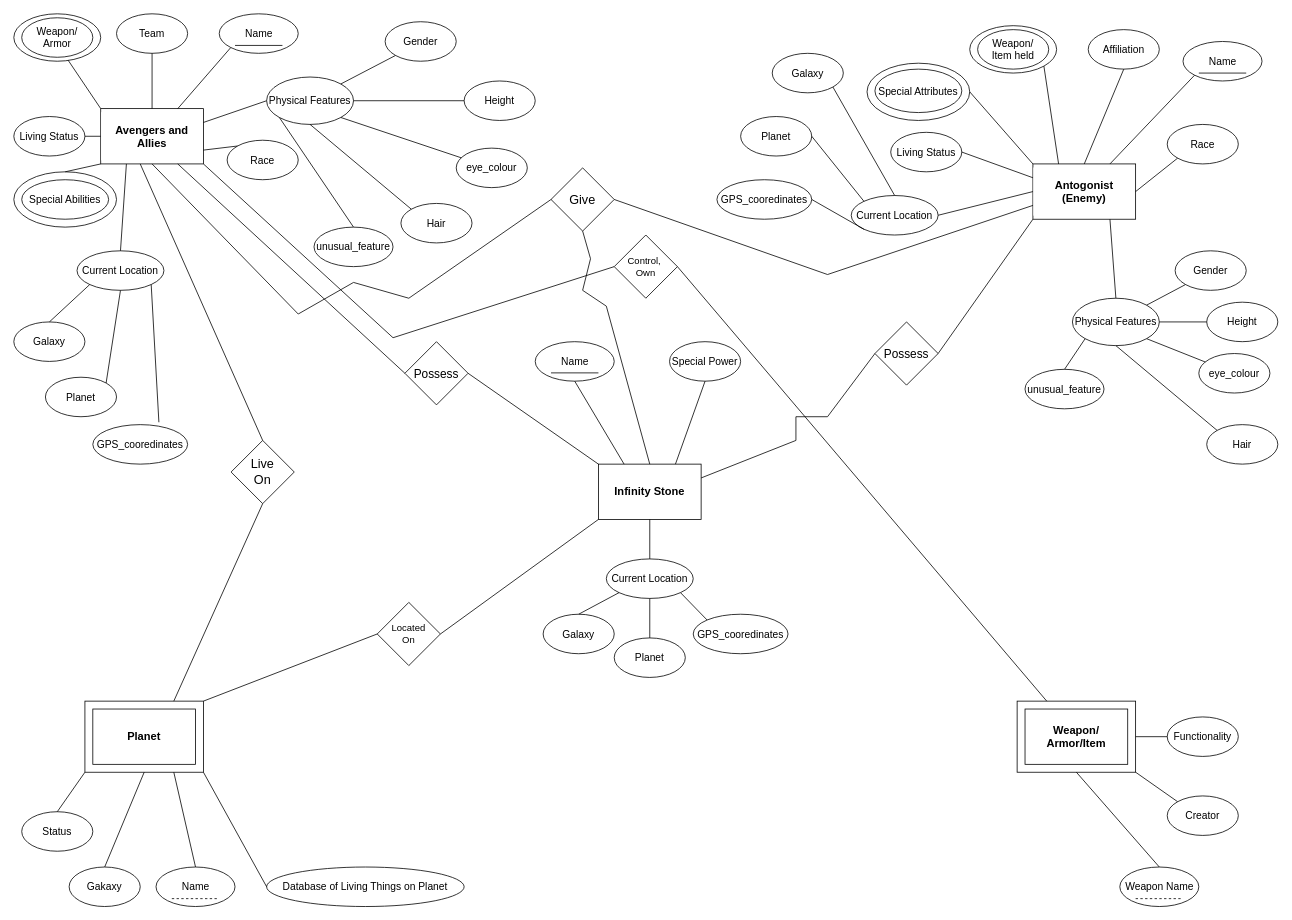
This is homework2/hw2_ER_diagram.drawio from FlightVin/DataAndApplicationsAssignments, a draw.io file, before an edit. Source tidied: cells renumbered, new cells numbered last; positions are measured from the earlier drawing's top-left corner, leaving out a move shared by most shapes. Both pictures are drawn from the tidied source at 79%, with x=0, y=0 at pixel (13, 13).
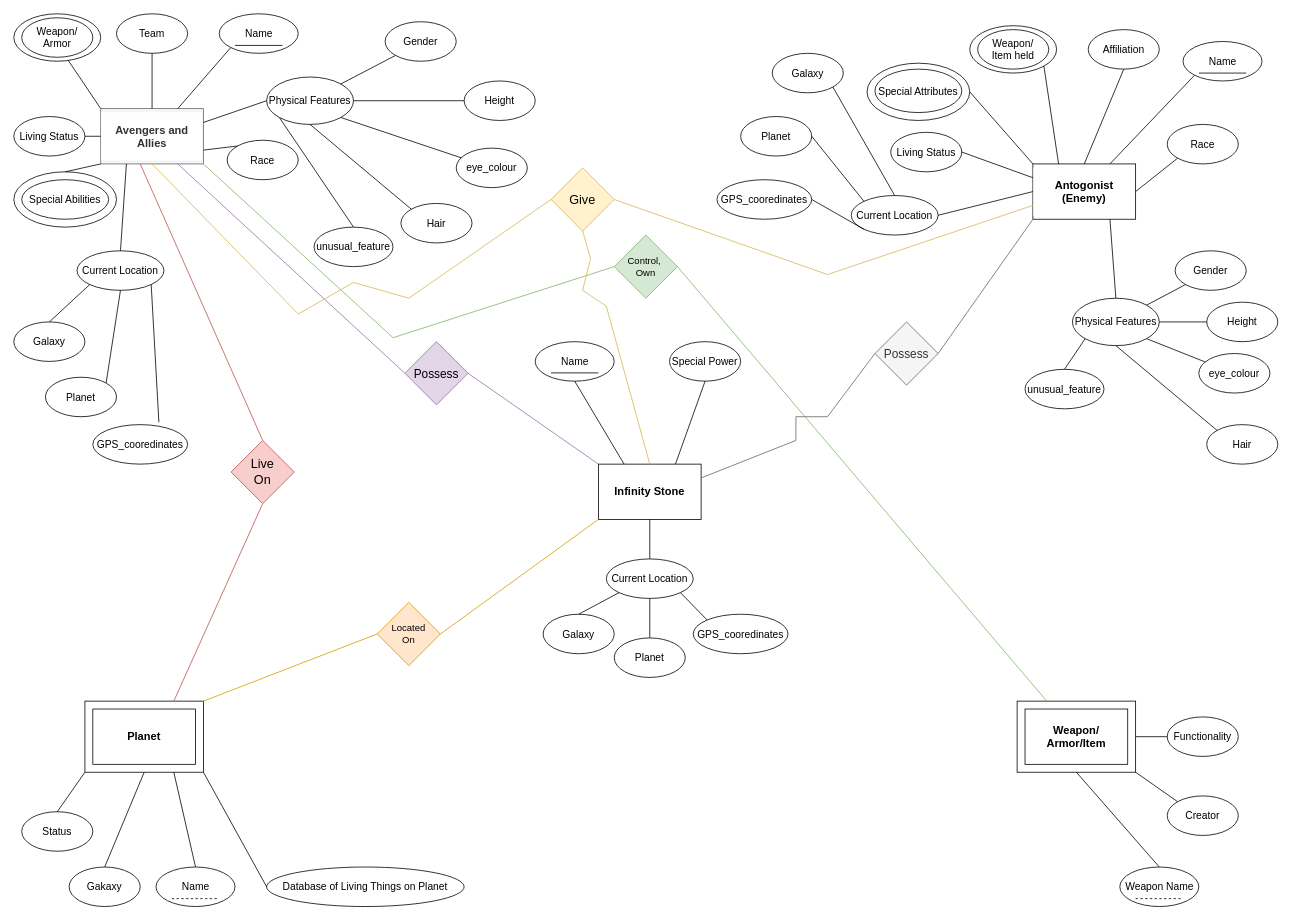
After the change.

The change refers to these unchanged cells:
```xml
<mxCell id="5" value="&lt;h3&gt;Infinity Stone&lt;/h3&gt;" style="rounded=0;whiteSpace=wrap;html=1;labelBackgroundColor=default;labelBorderColor=none;" parent="1" vertex="1">
  <mxGeometry x="740" y="570" width="130" height="70" as="geometry" />
</mxCell>
<mxCell id="6" value="&lt;h3&gt;Antogonist (Enemy)&lt;/h3&gt;" style="rounded=0;whiteSpace=wrap;html=1;labelBackgroundColor=default;labelBorderColor=none;" parent="1" vertex="1">
  <mxGeometry x="1290" y="190" width="130" height="70" as="geometry" />
</mxCell>
<mxCell id="23" style="rounded=0;whiteSpace=wrap;html=1;labelBackgroundColor=default;labelBorderColor=none;fontSize=13;fillColor=none;" parent="1" vertex="1">
  <mxGeometry x="90" y="870" width="150" height="90" as="geometry" />
</mxCell>
<mxCell id="24" style="rounded=0;whiteSpace=wrap;html=1;labelBackgroundColor=default;labelBorderColor=none;fontSize=13;fillColor=none;" parent="1" vertex="1">
  <mxGeometry x="1270" y="870" width="150" height="90" as="geometry" />
</mxCell>
```

What changed in the source:
```diff
@@
-    <mxCell id="2" value="&lt;h3&gt;Avengers and Allies&lt;/h3&gt;" style="rounded=0;whiteSpace=wrap;html=1;labelBackgroundColor=default;labelBorderColor=none;" parent="1" vertex="1">
+    <mxCell id="2" value="&lt;h3&gt;Avengers and Allies&lt;/h3&gt;" style="rounded=0;whiteSpace=wrap;html=1;labelBackgroundColor=default;labelBorderColor=none;fillColor=#f5f5f5;fontColor=#333333;strokeColor=#666666;" parent="1" vertex="1">
       <mxGeometry x="110" y="120" width="130" height="70" as="geometry" />
     </mxCell>
@@
-    <mxCell id="109" value="Located&lt;br&gt;On" style="rhombus;whiteSpace=wrap;html=1;" parent="1" vertex="1">
+    <mxCell id="109" value="Located&lt;br&gt;On" style="rhombus;whiteSpace=wrap;html=1;fillColor=#ffe6cc;strokeColor=#d79b00;" parent="1" vertex="1">
       <mxGeometry x="460" y="745" width="80" height="80" as="geometry" />
     </mxCell>
-    <mxCell id="110" style="endArrow=none;html=1;rounded=0;entryX=0;entryY=1;entryDx=0;entryDy=0;exitX=1;exitY=0.5;exitDx=0;exitDy=0;" parent="1" edge="1" source="109" target="5">
+    <mxCell id="110" style="endArrow=none;html=1;rounded=0;entryX=0;entryY=1;entryDx=0;entryDy=0;exitX=1;exitY=0.5;exitDx=0;exitDy=0;fillColor=#ffe6cc;strokeColor=#d79b00;" parent="1" edge="1" source="109" target="5">
       <mxGeometry relative="1" as="geometry" />
     </mxCell>
-    <mxCell id="111" style="endArrow=none;html=1;rounded=0;entryX=0;entryY=0.5;entryDx=0;entryDy=0;" parent="1" edge="1" target="109">
+    <mxCell id="111" style="endArrow=none;html=1;rounded=0;entryX=0;entryY=0.5;entryDx=0;entryDy=0;fillColor=#ffe6cc;strokeColor=#d79b00;" parent="1" edge="1" target="109">
       <mxGeometry relative="1" as="geometry">
         <mxPoint x="240" y="870" as="sourcePoint" />
       </mxGeometry>
     </mxCell>
-    <mxCell id="112" value="Control,&amp;nbsp;&lt;br&gt;Own" style="rhombus;whiteSpace=wrap;html=1;" parent="1" vertex="1">
+    <mxCell id="112" value="Control,&amp;nbsp;&lt;br&gt;Own" style="rhombus;whiteSpace=wrap;html=1;fillColor=#d5e8d4;strokeColor=#82b366;" parent="1" vertex="1">
       <mxGeometry x="760" y="280" width="80" height="80" as="geometry" />
     </mxCell>
-    <mxCell id="113" style="endArrow=none;html=1;rounded=0;fontSize=15;exitX=0;exitY=0.5;exitDx=0;exitDy=0;" parent="1" edge="1" source="112">
+    <mxCell id="113" style="endArrow=none;html=1;rounded=0;fontSize=15;exitX=0;exitY=0.5;exitDx=0;exitDy=0;fillColor=#d5e8d4;strokeColor=#82b366;" parent="1" edge="1" source="112">
       <mxGeometry relative="1" as="geometry">
         <mxPoint x="480" y="410" as="targetPoint" />
       </mxGeometry>
     </mxCell>
-    <mxCell id="114" style="endArrow=none;html=1;rounded=0;fontSize=15;entryX=1;entryY=1;entryDx=0;entryDy=0;" parent="1" edge="1" target="2">
+    <mxCell id="114" style="endArrow=none;html=1;rounded=0;fontSize=15;entryX=1;entryY=1;entryDx=0;entryDy=0;fillColor=#d5e8d4;strokeColor=#82b366;" parent="1" edge="1" target="2">
       <mxGeometry relative="1" as="geometry">
         <mxPoint x="480" y="410" as="sourcePoint" />
       </mxGeometry>
     </mxCell>
-    <mxCell id="115" style="endArrow=none;html=1;rounded=0;fontSize=15;exitX=1;exitY=0.5;exitDx=0;exitDy=0;entryX=0.25;entryY=0;entryDx=0;entryDy=0;" parent="1" edge="1" source="112" target="24">
+    <mxCell id="115" style="endArrow=none;html=1;rounded=0;fontSize=15;exitX=1;exitY=0.5;exitDx=0;exitDy=0;entryX=0.25;entryY=0;entryDx=0;entryDy=0;fillColor=#d5e8d4;strokeColor=#82b366;" parent="1" edge="1" source="112" target="24">
       <mxGeometry relative="1" as="geometry" />
     </mxCell>
-    <mxCell id="116" value="Possess" style="rhombus;whiteSpace=wrap;html=1;fontSize=15;" parent="1" vertex="1">
+    <mxCell id="116" value="Possess" style="rhombus;whiteSpace=wrap;html=1;fontSize=15;fillColor=#f5f5f5;fontColor=#333333;strokeColor=#666666;" parent="1" vertex="1">
       <mxGeometry x="1090" y="390" width="80" height="80" as="geometry" />
     </mxCell>
-    <mxCell id="117" style="endArrow=none;html=1;rounded=0;fontSize=15;entryX=0;entryY=1;entryDx=0;entryDy=0;exitX=1;exitY=0.5;exitDx=0;exitDy=0;" parent="1" edge="1" source="116" target="6">
+    <mxCell id="117" style="endArrow=none;html=1;rounded=0;fontSize=15;entryX=0;entryY=1;entryDx=0;entryDy=0;exitX=1;exitY=0.5;exitDx=0;exitDy=0;fillColor=#f5f5f5;strokeColor=#666666;" parent="1" edge="1" source="116" target="6">
       <mxGeometry relative="1" as="geometry" />
     </mxCell>
-    <mxCell id="118" style="endArrow=none;html=1;rounded=0;fontSize=15;entryX=0;entryY=0.5;entryDx=0;entryDy=0;" parent="1" edge="1" target="116">
+    <mxCell id="118" style="endArrow=none;html=1;rounded=0;fontSize=15;entryX=0;entryY=0.5;entryDx=0;entryDy=0;fillColor=#f5f5f5;strokeColor=#666666;" parent="1" edge="1" target="116">
       <mxGeometry relative="1" as="geometry">
         <mxPoint x="1030" y="510" as="sourcePoint" />
       </mxGeometry>
     </mxCell>
-    <mxCell id="119" style="endArrow=none;html=1;rounded=0;fontSize=16;" parent="1" edge="1">
+    <mxCell id="119" style="endArrow=none;html=1;rounded=0;fontSize=16;fillColor=#f5f5f5;strokeColor=#666666;" parent="1" edge="1">
       <mxGeometry relative="1" as="geometry">
         <mxPoint x="990" y="510" as="sourcePoint" />
         <mxPoint x="1030" y="510" as="targetPoint" />
       </mxGeometry>
     </mxCell>
-    <mxCell id="120" style="endArrow=none;html=1;rounded=0;fontSize=16;" parent="1" edge="1">
+    <mxCell id="120" style="endArrow=none;html=1;rounded=0;fontSize=16;fillColor=#f5f5f5;strokeColor=#666666;" parent="1" edge="1">
       <mxGeometry relative="1" as="geometry">
         <mxPoint x="990" y="540" as="sourcePoint" />
         <mxPoint x="990" y="510" as="targetPoint" />
       </mxGeometry>
     </mxCell>
-    <mxCell id="121" style="endArrow=none;html=1;rounded=0;fontSize=16;exitX=1;exitY=0.25;exitDx=0;exitDy=0;" parent="1" edge="1" source="5">
+    <mxCell id="121" style="endArrow=none;html=1;rounded=0;fontSize=16;exitX=1;exitY=0.25;exitDx=0;exitDy=0;fillColor=#f5f5f5;strokeColor=#666666;" parent="1" edge="1" source="5">
       <mxGeometry relative="1" as="geometry">
         <mxPoint x="990" y="540" as="targetPoint" />
       </mxGeometry>
     </mxCell>
-    <mxCell id="122" value="Possess" style="rhombus;whiteSpace=wrap;html=1;fontSize=15;" parent="1" vertex="1">
+    <mxCell id="122" value="Possess" style="rhombus;whiteSpace=wrap;html=1;fontSize=15;fillColor=#e1d5e7;strokeColor=#9673a6;" parent="1" vertex="1">
       <mxGeometry x="495" y="415" width="80" height="80" as="geometry" />
     </mxCell>
-    <mxCell id="123" style="endArrow=none;html=1;rounded=0;fontSize=16;exitX=0.75;exitY=1;exitDx=0;exitDy=0;entryX=0;entryY=0.5;entryDx=0;entryDy=0;" parent="1" edge="1" source="2" target="122">
+    <mxCell id="123" style="endArrow=none;html=1;rounded=0;fontSize=16;exitX=0.75;exitY=1;exitDx=0;exitDy=0;entryX=0;entryY=0.5;entryDx=0;entryDy=0;fillColor=#e1d5e7;strokeColor=#9673a6;" parent="1" edge="1" source="2" target="122">
       <mxGeometry relative="1" as="geometry" />
     </mxCell>
-    <mxCell id="124" style="endArrow=none;html=1;rounded=0;fontSize=16;exitX=1;exitY=0.5;exitDx=0;exitDy=0;entryX=0;entryY=0;entryDx=0;entryDy=0;" parent="1" edge="1" source="122" target="5">
+    <mxCell id="124" style="endArrow=none;html=1;rounded=0;fontSize=16;exitX=1;exitY=0.5;exitDx=0;exitDy=0;entryX=0;entryY=0;entryDx=0;entryDy=0;fillColor=#e1d5e7;strokeColor=#9673a6;" parent="1" edge="1" source="122" target="5">
       <mxGeometry relative="1" as="geometry" />
     </mxCell>
-    <mxCell id="125" value="Give" style="rhombus;whiteSpace=wrap;html=1;fontSize=16;" parent="1" vertex="1">
+    <mxCell id="125" value="Give" style="rhombus;whiteSpace=wrap;html=1;fontSize=16;fillColor=#fff2cc;strokeColor=#d6b656;" parent="1" vertex="1">
       <mxGeometry x="680" y="195" width="80" height="80" as="geometry" />
     </mxCell>
-    <mxCell id="126" style="endArrow=none;html=1;rounded=0;fontSize=16;exitX=0.5;exitY=1;exitDx=0;exitDy=0;" parent="1" edge="1" source="2">
+    <mxCell id="126" style="endArrow=none;html=1;rounded=0;fontSize=16;exitX=0.5;exitY=1;exitDx=0;exitDy=0;fillColor=#fff2cc;strokeColor=#d6b656;" parent="1" edge="1" source="2">
       <mxGeometry relative="1" as="geometry">
         <mxPoint x="360" y="380" as="targetPoint" />
       </mxGeometry>
     </mxCell>
-    <mxCell id="127" style="endArrow=none;html=1;rounded=0;fontSize=16;" parent="1" edge="1">
+    <mxCell id="127" style="endArrow=none;html=1;rounded=0;fontSize=16;fillColor=#fff2cc;strokeColor=#d6b656;" parent="1" edge="1">
       <mxGeometry relative="1" as="geometry">
         <mxPoint x="360" y="380" as="sourcePoint" />
         <mxPoint x="430" y="340" as="targetPoint" />
       </mxGeometry>
     </mxCell>
-    <mxCell id="128" style="endArrow=none;html=1;rounded=0;fontSize=16;" parent="1" edge="1">
+    <mxCell id="128" style="endArrow=none;html=1;rounded=0;fontSize=16;fillColor=#fff2cc;strokeColor=#d6b656;" parent="1" edge="1">
       <mxGeometry relative="1" as="geometry">
         <mxPoint x="430" y="340" as="sourcePoint" />
         <mxPoint x="500" y="360" as="targetPoint" />
       </mxGeometry>
     </mxCell>
-    <mxCell id="129" style="endArrow=none;html=1;rounded=0;fontSize=16;entryX=0;entryY=0.5;entryDx=0;entryDy=0;" parent="1" edge="1" target="125">
+    <mxCell id="129" style="endArrow=none;html=1;rounded=0;fontSize=16;entryX=0;entryY=0.5;entryDx=0;entryDy=0;fillColor=#fff2cc;strokeColor=#d6b656;" parent="1" edge="1" target="125">
       <mxGeometry relative="1" as="geometry">
         <mxPoint x="500" y="360" as="sourcePoint" />
       </mxGeometry>
     </mxCell>
-    <mxCell id="130" style="endArrow=none;html=1;rounded=0;fontSize=16;entryX=0;entryY=0.75;entryDx=0;entryDy=0;" parent="1" edge="1" target="6">
+    <mxCell id="130" style="endArrow=none;html=1;rounded=0;fontSize=16;entryX=0;entryY=0.75;entryDx=0;entryDy=0;fillColor=#fff2cc;strokeColor=#d6b656;" parent="1" edge="1" target="6">
       <mxGeometry relative="1" as="geometry">
         <mxPoint x="1030" y="330" as="sourcePoint" />
       </mxGeometry>
     </mxCell>
-    <mxCell id="131" style="endArrow=none;html=1;rounded=0;fontSize=16;exitX=1;exitY=0.5;exitDx=0;exitDy=0;" parent="1" edge="1" source="125">
+    <mxCell id="131" style="endArrow=none;html=1;rounded=0;fontSize=16;exitX=1;exitY=0.5;exitDx=0;exitDy=0;fillColor=#fff2cc;strokeColor=#d6b656;" parent="1" edge="1" source="125">
       <mxGeometry relative="1" as="geometry">
         <mxPoint x="1030" y="330" as="targetPoint" />
       </mxGeometry>
     </mxCell>
-    <mxCell id="132" style="endArrow=none;html=1;rounded=0;fontSize=16;exitX=0.5;exitY=1;exitDx=0;exitDy=0;" parent="1" edge="1" source="125">
+    <mxCell id="132" style="endArrow=none;html=1;rounded=0;fontSize=16;exitX=0.5;exitY=1;exitDx=0;exitDy=0;fillColor=#fff2cc;strokeColor=#d6b656;" parent="1" edge="1" source="125">
       <mxGeometry relative="1" as="geometry">
         <mxPoint x="730" y="310" as="targetPoint" />
       </mxGeometry>
     </mxCell>
-    <mxCell id="133" style="endArrow=none;html=1;rounded=0;fontSize=16;" parent="1" edge="1">
+    <mxCell id="133" style="endArrow=none;html=1;rounded=0;fontSize=16;fillColor=#fff2cc;strokeColor=#d6b656;" parent="1" edge="1">
       <mxGeometry relative="1" as="geometry">
         <mxPoint x="730" y="310" as="sourcePoint" />
         <mxPoint x="720" y="350" as="targetPoint" />
       </mxGeometry>
     </mxCell>
-    <mxCell id="134" style="endArrow=none;html=1;rounded=0;fontSize=16;" parent="1" edge="1">
+    <mxCell id="134" style="endArrow=none;html=1;rounded=0;fontSize=16;fillColor=#fff2cc;strokeColor=#d6b656;" parent="1" edge="1">
       <mxGeometry relative="1" as="geometry">
         <mxPoint x="720" y="350" as="sourcePoint" />
         <mxPoint x="750" y="370" as="targetPoint" />
       </mxGeometry>
     </mxCell>
-    <mxCell id="135" style="endArrow=none;html=1;rounded=0;fontSize=16;entryX=0.5;entryY=0;entryDx=0;entryDy=0;" parent="1" edge="1" target="5">
+    <mxCell id="135" style="endArrow=none;html=1;rounded=0;fontSize=16;entryX=0.5;entryY=0;entryDx=0;entryDy=0;fillColor=#fff2cc;strokeColor=#d6b656;" parent="1" edge="1" target="5">
       <mxGeometry relative="1" as="geometry">
         <mxPoint x="750" y="370" as="sourcePoint" />
       </mxGeometry>
     </mxCell>
-    <mxCell id="136" value="Live&lt;br&gt;On" style="rhombus;whiteSpace=wrap;html=1;fontSize=16;" parent="1" vertex="1">
+    <mxCell id="136" value="Live&lt;br&gt;On" style="rhombus;whiteSpace=wrap;html=1;fontSize=16;fillColor=#f8cecc;strokeColor=#b85450;" parent="1" vertex="1">
       <mxGeometry x="275" y="540" width="80" height="80" as="geometry" />
     </mxCell>
-    <mxCell id="137" style="endArrow=none;html=1;rounded=0;fontSize=16;entryX=0.5;entryY=0;entryDx=0;entryDy=0;" parent="1" edge="1" target="136">
+    <mxCell id="137" style="endArrow=none;html=1;rounded=0;fontSize=16;entryX=0.5;entryY=0;entryDx=0;entryDy=0;fillColor=#f8cecc;strokeColor=#b85450;" parent="1" edge="1" target="136">
       <mxGeometry relative="1" as="geometry">
         <mxPoint x="160" y="190" as="sourcePoint" />
       </mxGeometry>
     </mxCell>
-    <mxCell id="138" style="endArrow=none;html=1;rounded=0;fontSize=16;exitX=0.5;exitY=1;exitDx=0;exitDy=0;entryX=0.75;entryY=0;entryDx=0;entryDy=0;" parent="1" edge="1" source="136" target="23">
+    <mxCell id="138" style="endArrow=none;html=1;rounded=0;fontSize=16;exitX=0.5;exitY=1;exitDx=0;exitDy=0;entryX=0.75;entryY=0;entryDx=0;entryDy=0;fillColor=#f8cecc;strokeColor=#b85450;" parent="1" edge="1" source="136" target="23">
       <mxGeometry relative="1" as="geometry" />
     </mxCell>
```
